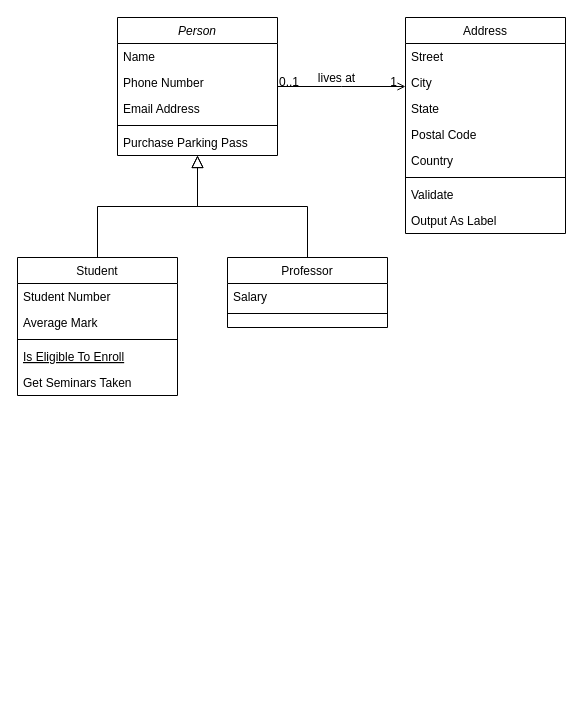
Rafiahmad567/tepa keeps this draw.io diagram as Untitled Diagram.drawio. Above is the earlier version. Source tidied: cells renumbered, new cells numbered last; positions are measured from the earlier drawing's top-left corner, leaving out a move shared by most shapes. Both pictures are drawn from the tidied source at 100%, with x=0, y=0 at pixel (17, 17).
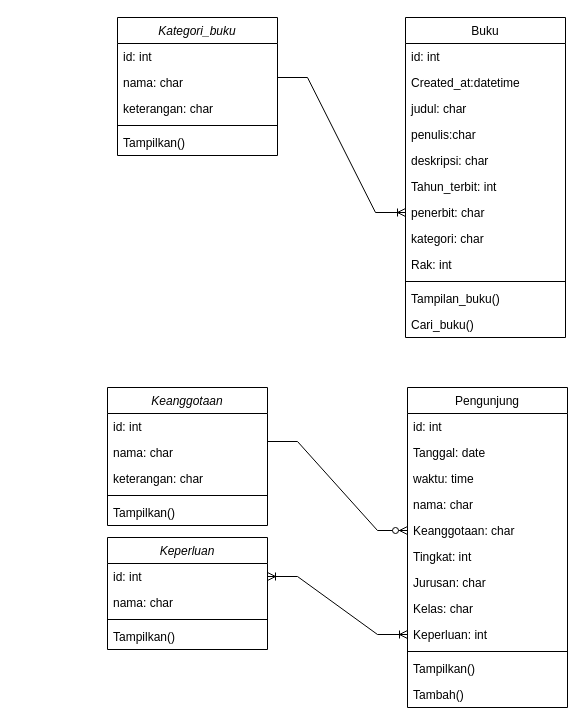
The same page after the edit.

Change to the diagram source:
```diff
@@
-    <mxCell id="2" value="Person" style="swimlane;fontStyle=2;align=center;verticalAlign=top;horizontal=1;startSize=26;rounded=0;shadow=0;strokeWidth=1;" parent="1" vertex="1">
+    <mxCell id="2" value="Kategori_buku" style="swimlane;fontStyle=2;align=center;verticalAlign=top;horizontal=1;startSize=26;rounded=0;shadow=0;strokeWidth=1;" parent="1" vertex="1">
       <mxGeometry x="100" width="160" height="138" as="geometry" />
     </mxCell>
-    <mxCell id="3" value="Name" style="text;align=left;verticalAlign=top;spacingLeft=4;spacingRight=4;overflow=hidden;" parent="2" vertex="1">
+    <mxCell id="3" value="id: int" style="text;align=left;verticalAlign=top;spacingLeft=4;spacingRight=4;overflow=hidden;" parent="2" vertex="1">
       <mxGeometry y="26" width="160" height="26" as="geometry" />
     </mxCell>
-    <mxCell id="4" value="Phone Number" style="text;align=left;verticalAlign=top;spacingLeft=4;spacingRight=4;overflow=hidden;rounded=0;shadow=0;html=0;" parent="2" vertex="1">
+    <mxCell id="4" value="nama: char" style="text;align=left;verticalAlign=top;spacingLeft=4;spacingRight=4;overflow=hidden;rounded=0;shadow=0;html=0;" parent="2" vertex="1">
       <mxGeometry y="52" width="160" height="26" as="geometry" />
     </mxCell>
-    <mxCell id="5" value="Email Address" style="text;align=left;verticalAlign=top;spacingLeft=4;spacingRight=4;overflow=hidden;rounded=0;shadow=0;html=0;" parent="2" vertex="1">
+    <mxCell id="5" value="keterangan: char" style="text;align=left;verticalAlign=top;spacingLeft=4;spacingRight=4;overflow=hidden;rounded=0;shadow=0;html=0;" parent="2" vertex="1">
       <mxGeometry y="78" width="160" height="26" as="geometry" />
     </mxCell>
@@
-    <mxCell id="7" value="Purchase Parking Pass" style="text;align=left;verticalAlign=top;spacingLeft=4;spacingRight=4;overflow=hidden;" parent="2" vertex="1">
+    <mxCell id="7" value="Tampilkan()" style="text;align=left;verticalAlign=top;spacingLeft=4;spacingRight=4;overflow=hidden;" parent="2" vertex="1">
       <mxGeometry y="112" width="160" height="26" as="geometry" />
     </mxCell>
-    <mxCell id="8" value="Student" style="swimlane;fontStyle=0;align=center;verticalAlign=top;horizontal=1;startSize=26;rounded=0;shadow=0;strokeWidth=1;" parent="1" vertex="1">
-      <mxGeometry y="240" width="160" height="138" as="geometry" />
-    </mxCell>
-    <mxCell id="9" value="Student Number" style="text;align=left;verticalAlign=top;spacingLeft=4;spacingRight=4;overflow=hidden;" parent="8" vertex="1">
-      <mxGeometry y="26" width="160" height="26" as="geometry" />
-    </mxCell>
-    <mxCell id="10" value="Average Mark" style="text;align=left;verticalAlign=top;spacingLeft=4;spacingRight=4;overflow=hidden;rounded=0;shadow=0;html=0;" parent="8" vertex="1">
-      <mxGeometry y="52" width="160" height="26" as="geometry" />
-    </mxCell>
-    <mxCell id="11" style="line;html=1;strokeWidth=1;align=left;verticalAlign=middle;spacingTop=-1;spacingLeft=3;spacingRight=3;labelPosition=right;" parent="8" vertex="1">
-      <mxGeometry y="78" width="160" height="8" as="geometry" />
-    </mxCell>
-    <mxCell id="12" value="Is Eligible To Enroll" style="text;align=left;verticalAlign=top;spacingLeft=4;spacingRight=4;overflow=hidden;fontStyle=4;" parent="8" vertex="1">
-      <mxGeometry y="86" width="160" height="26" as="geometry" />
-    </mxCell>
-    <mxCell id="13" value="Get Seminars Taken" style="text;align=left;verticalAlign=top;spacingLeft=4;spacingRight=4;overflow=hidden;" parent="8" vertex="1">
-      <mxGeometry y="112" width="160" height="26" as="geometry" />
-    </mxCell>
-    <mxCell id="14" style="endArrow=block;endSize=10;endFill=0;shadow=0;strokeWidth=1;rounded=0;edgeStyle=elbowEdgeStyle;elbow=vertical;" parent="1" edge="1" source="8" target="2">
-      <mxGeometry relative="1" as="geometry" />
-    </mxCell>
-    <mxCell id="15" value="Professor" style="swimlane;fontStyle=0;align=center;verticalAlign=top;horizontal=1;startSize=26;rounded=0;shadow=0;strokeWidth=1;" parent="1" vertex="1">
-      <mxGeometry x="210" y="240" width="160" height="70" as="geometry" />
-    </mxCell>
-    <mxCell id="16" value="Salary" style="text;align=left;verticalAlign=top;spacingLeft=4;spacingRight=4;overflow=hidden;" parent="15" vertex="1">
-      <mxGeometry y="26" width="160" height="26" as="geometry" />
-    </mxCell>
-    <mxCell id="17" style="line;html=1;strokeWidth=1;align=left;verticalAlign=middle;spacingTop=-1;spacingLeft=3;spacingRight=3;labelPosition=right;" parent="15" vertex="1">
-      <mxGeometry y="52" width="160" height="8" as="geometry" />
-    </mxCell>
-    <mxCell id="18" style="endArrow=block;endSize=10;endFill=0;shadow=0;strokeWidth=1;rounded=0;edgeStyle=elbowEdgeStyle;elbow=vertical;" parent="1" edge="1" source="15" target="2">
-      <mxGeometry relative="1" as="geometry" />
-    </mxCell>
-    <mxCell id="19" value="Address" style="swimlane;fontStyle=0;align=center;verticalAlign=top;horizontal=1;startSize=26;rounded=0;shadow=0;strokeWidth=1;" parent="1" vertex="1">
-      <mxGeometry x="388" width="160" height="216" as="geometry" />
+    <mxCell id="19" value="Buku" style="swimlane;fontStyle=0;align=center;verticalAlign=top;horizontal=1;startSize=26;rounded=0;shadow=0;strokeWidth=1;" parent="1" vertex="1">
+      <mxGeometry x="388" width="160" height="320" as="geometry" />
     </mxCell>
-    <mxCell id="20" value="Street" style="text;align=left;verticalAlign=top;spacingLeft=4;spacingRight=4;overflow=hidden;" parent="19" vertex="1">
+    <mxCell id="20" value="id: int" style="text;align=left;verticalAlign=top;spacingLeft=4;spacingRight=4;overflow=hidden;" parent="19" vertex="1">
       <mxGeometry y="26" width="160" height="26" as="geometry" />
     </mxCell>
-    <mxCell id="21" value="City" style="text;align=left;verticalAlign=top;spacingLeft=4;spacingRight=4;overflow=hidden;rounded=0;shadow=0;html=0;" parent="19" vertex="1">
+    <mxCell id="21" value="Created_at:datetime" style="text;align=left;verticalAlign=top;spacingLeft=4;spacingRight=4;overflow=hidden;rounded=0;shadow=0;html=0;" parent="19" vertex="1">
       <mxGeometry y="52" width="160" height="26" as="geometry" />
     </mxCell>
-    <mxCell id="22" value="State" style="text;align=left;verticalAlign=top;spacingLeft=4;spacingRight=4;overflow=hidden;rounded=0;shadow=0;html=0;" parent="19" vertex="1">
+    <mxCell id="22" value="judul: char" style="text;align=left;verticalAlign=top;spacingLeft=4;spacingRight=4;overflow=hidden;rounded=0;shadow=0;html=0;" parent="19" vertex="1">
       <mxGeometry y="78" width="160" height="26" as="geometry" />
     </mxCell>
-    <mxCell id="23" value="Postal Code" style="text;align=left;verticalAlign=top;spacingLeft=4;spacingRight=4;overflow=hidden;rounded=0;shadow=0;html=0;" parent="19" vertex="1">
+    <mxCell id="23" value="penulis:char" style="text;align=left;verticalAlign=top;spacingLeft=4;spacingRight=4;overflow=hidden;rounded=0;shadow=0;html=0;" parent="19" vertex="1">
       <mxGeometry y="104" width="160" height="26" as="geometry" />
     </mxCell>
-    <mxCell id="24" value="Country" style="text;align=left;verticalAlign=top;spacingLeft=4;spacingRight=4;overflow=hidden;rounded=0;shadow=0;html=0;" parent="19" vertex="1">
+    <mxCell id="24" value="deskripsi: char" style="text;align=left;verticalAlign=top;spacingLeft=4;spacingRight=4;overflow=hidden;rounded=0;shadow=0;html=0;" parent="19" vertex="1">
       <mxGeometry y="130" width="160" height="26" as="geometry" />
     </mxCell>
+    <mxCell id="32" value="Tahun_terbit: int" style="text;align=left;verticalAlign=top;spacingLeft=4;spacingRight=4;overflow=hidden;rounded=0;shadow=0;html=0;" parent="19" vertex="1">
+      <mxGeometry y="156" width="160" height="26" as="geometry" />
+    </mxCell>
+    <mxCell id="33" value="penerbit: char" style="text;align=left;verticalAlign=top;spacingLeft=4;spacingRight=4;overflow=hidden;points=[[0,0.5],[1,0.5]];portConstraint=eastwest;rounded=0;shadow=0;html=0;" parent="19" vertex="1">
+      <mxGeometry y="182" width="160" height="26" as="geometry" />
+    </mxCell>
+    <mxCell id="34" value="kategori: char" style="text;align=left;verticalAlign=top;spacingLeft=4;spacingRight=4;overflow=hidden;rounded=0;shadow=0;html=0;" parent="19" vertex="1">
+      <mxGeometry y="208" width="160" height="26" as="geometry" />
+    </mxCell>
+    <mxCell id="35" value="Rak: int" style="text;align=left;verticalAlign=top;spacingLeft=4;spacingRight=4;overflow=hidden;rounded=0;shadow=0;html=0;" parent="19" vertex="1">
+      <mxGeometry y="234" width="160" height="26" as="geometry" />
+    </mxCell>
     <mxCell id="25" style="line;html=1;strokeWidth=1;align=left;verticalAlign=middle;spacingTop=-1;spacingLeft=3;spacingRight=3;labelPosition=right;" parent="19" vertex="1">
-      <mxGeometry y="156" width="160" height="8" as="geometry" />
+      <mxGeometry y="260" width="160" height="8" as="geometry" />
     </mxCell>
-    <mxCell id="26" value="Validate" style="text;align=left;verticalAlign=top;spacingLeft=4;spacingRight=4;overflow=hidden;" parent="19" vertex="1">
-      <mxGeometry y="164" width="160" height="26" as="geometry" />
+    <mxCell id="26" value="Tampilan_buku()" style="text;align=left;verticalAlign=top;spacingLeft=4;spacingRight=4;overflow=hidden;" parent="19" vertex="1">
+      <mxGeometry y="268" width="160" height="26" as="geometry" />
     </mxCell>
-    <mxCell id="27" value="Output As Label" style="text;align=left;verticalAlign=top;spacingLeft=4;spacingRight=4;overflow=hidden;" parent="19" vertex="1">
-      <mxGeometry y="190" width="160" height="26" as="geometry" />
+    <mxCell id="27" value="Cari_buku()" style="text;align=left;verticalAlign=top;spacingLeft=4;spacingRight=4;overflow=hidden;" parent="19" vertex="1">
+      <mxGeometry y="294" width="160" height="26" as="geometry" />
     </mxCell>
-    <mxCell id="28" style="endArrow=open;shadow=0;strokeWidth=1;rounded=0;endFill=1;edgeStyle=elbowEdgeStyle;elbow=vertical;" parent="1" edge="1" source="2" target="19">
-      <mxGeometry x="0.5" y="41" relative="1" as="geometry">
-        <mxPoint x="-40" y="32" as="offset" />
-      </mxGeometry>
-    </mxCell>
-    <mxCell id="29" value="0..1" style="align=left;verticalAlign=bottom;labelBackgroundColor=none;fontSize=12;" parent="28" vertex="1">
-      <mxGeometry x="-1" relative="1" as="geometry">
-        <mxPoint y="4" as="offset" />
-      </mxGeometry>
-    </mxCell>
-    <mxCell id="30" value="1" style="align=right;verticalAlign=bottom;labelBackgroundColor=none;fontSize=12;" parent="28" vertex="1">
-      <mxGeometry x="1" relative="1" as="geometry">
-        <mxPoint x="-7" y="4" as="offset" />
-      </mxGeometry>
-    </mxCell>
-    <mxCell id="31" value="lives at" style="text;html=1;align=center;verticalAlign=middle;labelBackgroundColor=none;rounded=0;shadow=0;strokeWidth=1;fontSize=12;" parent="28" vertex="1">
-      <mxGeometry x="0.5" y="49" relative="1" as="geometry">
-        <mxPoint x="-38" y="40" as="offset" />
-      </mxGeometry>
-    </mxCell>
+    <mxCell id="36" value="Keanggotaan" style="swimlane;fontStyle=2;align=center;verticalAlign=top;horizontal=1;startSize=26;rounded=0;shadow=0;strokeWidth=1;" parent="1" vertex="1">
+      <mxGeometry x="90" y="370" width="160" height="138" as="geometry" />
+    </mxCell>
+    <mxCell id="37" value="id: int" style="text;align=left;verticalAlign=top;spacingLeft=4;spacingRight=4;overflow=hidden;points=[[0,0.5],[1,0.5]];portConstraint=eastwest;" parent="36" vertex="1">
+      <mxGeometry y="26" width="160" height="26" as="geometry" />
+    </mxCell>
+    <mxCell id="38" value="nama: char" style="text;align=left;verticalAlign=top;spacingLeft=4;spacingRight=4;overflow=hidden;rounded=0;shadow=0;html=0;" parent="36" vertex="1">
+      <mxGeometry y="52" width="160" height="26" as="geometry" />
+    </mxCell>
+    <mxCell id="39" value="keterangan: char" style="text;align=left;verticalAlign=top;spacingLeft=4;spacingRight=4;overflow=hidden;rounded=0;shadow=0;html=0;" parent="36" vertex="1">
+      <mxGeometry y="78" width="160" height="26" as="geometry" />
+    </mxCell>
+    <mxCell id="40" style="line;html=1;strokeWidth=1;align=left;verticalAlign=middle;spacingTop=-1;spacingLeft=3;spacingRight=3;labelPosition=right;" parent="36" vertex="1">
+      <mxGeometry y="104" width="160" height="8" as="geometry" />
+    </mxCell>
+    <mxCell id="41" value="Tampilkan()" style="text;align=left;verticalAlign=top;spacingLeft=4;spacingRight=4;overflow=hidden;" parent="36" vertex="1">
+      <mxGeometry y="112" width="160" height="26" as="geometry" />
+    </mxCell>
+    <mxCell id="42" value="Pengunjung" style="swimlane;fontStyle=0;align=center;verticalAlign=top;horizontal=1;startSize=26;rounded=0;shadow=0;strokeWidth=1;" parent="1" vertex="1">
+      <mxGeometry x="390" y="370" width="160" height="320" as="geometry" />
+    </mxCell>
+    <mxCell id="43" value="id: int" style="text;align=left;verticalAlign=top;spacingLeft=4;spacingRight=4;overflow=hidden;" parent="42" vertex="1">
+      <mxGeometry y="26" width="160" height="26" as="geometry" />
+    </mxCell>
+    <mxCell id="44" value="Tanggal: date" style="text;align=left;verticalAlign=top;spacingLeft=4;spacingRight=4;overflow=hidden;rounded=0;shadow=0;html=0;" parent="42" vertex="1">
+      <mxGeometry y="52" width="160" height="26" as="geometry" />
+    </mxCell>
+    <mxCell id="45" value="waktu: time" style="text;align=left;verticalAlign=top;spacingLeft=4;spacingRight=4;overflow=hidden;rounded=0;shadow=0;html=0;" parent="42" vertex="1">
+      <mxGeometry y="78" width="160" height="26" as="geometry" />
+    </mxCell>
+    <mxCell id="46" value="nama: char" style="text;align=left;verticalAlign=top;spacingLeft=4;spacingRight=4;overflow=hidden;rounded=0;shadow=0;html=0;" parent="42" vertex="1">
+      <mxGeometry y="104" width="160" height="26" as="geometry" />
+    </mxCell>
+    <mxCell id="47" value="Keanggotaan: char" style="text;align=left;verticalAlign=top;spacingLeft=4;spacingRight=4;overflow=hidden;points=[[0,0.5],[1,0.5]];portConstraint=eastwest;rounded=0;shadow=0;html=0;" parent="42" vertex="1">
+      <mxGeometry y="130" width="160" height="26" as="geometry" />
+    </mxCell>
+    <mxCell id="48" value="Tingkat: int" style="text;align=left;verticalAlign=top;spacingLeft=4;spacingRight=4;overflow=hidden;rounded=0;shadow=0;html=0;" parent="42" vertex="1">
+      <mxGeometry y="156" width="160" height="26" as="geometry" />
+    </mxCell>
+    <mxCell id="49" value="Jurusan: char" style="text;align=left;verticalAlign=top;spacingLeft=4;spacingRight=4;overflow=hidden;rounded=0;shadow=0;html=0;" parent="42" vertex="1">
+      <mxGeometry y="182" width="160" height="26" as="geometry" />
+    </mxCell>
+    <mxCell id="50" value="Kelas: char" style="text;align=left;verticalAlign=top;spacingLeft=4;spacingRight=4;overflow=hidden;rounded=0;shadow=0;html=0;" parent="42" vertex="1">
+      <mxGeometry y="208" width="160" height="26" as="geometry" />
+    </mxCell>
+    <mxCell id="51" value="Keperluan: int" style="text;align=left;verticalAlign=top;spacingLeft=4;spacingRight=4;overflow=hidden;points=[[0,0.5],[1,0.5]];portConstraint=eastwest;rounded=0;shadow=0;html=0;" parent="42" vertex="1">
+      <mxGeometry y="234" width="160" height="26" as="geometry" />
+    </mxCell>
+    <mxCell id="52" style="line;html=1;strokeWidth=1;align=left;verticalAlign=middle;spacingTop=-1;spacingLeft=3;spacingRight=3;labelPosition=right;" parent="42" vertex="1">
+      <mxGeometry y="260" width="160" height="8" as="geometry" />
+    </mxCell>
+    <mxCell id="53" value="Tampilkan()" style="text;align=left;verticalAlign=top;spacingLeft=4;spacingRight=4;overflow=hidden;" parent="42" vertex="1">
+      <mxGeometry y="268" width="160" height="26" as="geometry" />
+    </mxCell>
+    <mxCell id="54" value="Tambah()" style="text;align=left;verticalAlign=top;spacingLeft=4;spacingRight=4;overflow=hidden;" parent="42" vertex="1">
+      <mxGeometry y="294" width="160" height="26" as="geometry" />
+    </mxCell>
+    <mxCell id="55" style="edgeStyle=entityRelationEdgeStyle;fontSize=12;html=1;endArrow=ERoneToMany;rounded=0;entryX=0;entryY=0.5;entryDx=0;entryDy=0;" parent="1" edge="1" target="33">
+      <mxGeometry relative="1" as="geometry">
+        <mxPoint x="260" y="60" as="sourcePoint" />
+      </mxGeometry>
+    </mxCell>
+    <mxCell id="56" value="Keperluan" style="swimlane;fontStyle=2;align=center;verticalAlign=top;horizontal=1;startSize=26;rounded=0;shadow=0;strokeWidth=1;" parent="1" vertex="1">
+      <mxGeometry x="90" y="520" width="160" height="112" as="geometry" />
+    </mxCell>
+    <mxCell id="57" value="id: int" style="text;align=left;verticalAlign=top;spacingLeft=4;spacingRight=4;overflow=hidden;points=[[0,0.5],[1,0.5]];portConstraint=eastwest;" parent="56" vertex="1">
+      <mxGeometry y="26" width="160" height="26" as="geometry" />
+    </mxCell>
+    <mxCell id="58" value="nama: char" style="text;align=left;verticalAlign=top;spacingLeft=4;spacingRight=4;overflow=hidden;rounded=0;shadow=0;html=0;" parent="56" vertex="1">
+      <mxGeometry y="52" width="160" height="26" as="geometry" />
+    </mxCell>
+    <mxCell id="11" style="line;html=1;strokeWidth=1;align=left;verticalAlign=middle;spacingTop=-1;spacingLeft=3;spacingRight=3;labelPosition=right;" parent="56" vertex="1">
+      <mxGeometry y="78" width="160" height="8" as="geometry" />
+    </mxCell>
+    <mxCell id="59" value="Tampilkan()" style="text;align=left;verticalAlign=top;spacingLeft=4;spacingRight=4;overflow=hidden;" parent="56" vertex="1">
+      <mxGeometry y="86" width="160" height="26" as="geometry" />
+    </mxCell>
+    <mxCell id="60" style="edgeStyle=entityRelationEdgeStyle;fontSize=12;html=1;endArrow=ERzeroToMany;endFill=1;rounded=0;exitX=1;exitY=1.077;exitDx=0;exitDy=0;exitPerimeter=0;entryX=0;entryY=0.5;entryDx=0;entryDy=0;" parent="1" edge="1" source="37" target="47">
+      <mxGeometry relative="1" as="geometry" />
+    </mxCell>
+    <mxCell id="61" style="edgeStyle=entityRelationEdgeStyle;fontSize=12;html=1;endArrow=ERoneToMany;startArrow=ERoneToMany;rounded=0;entryX=0;entryY=0.5;entryDx=0;entryDy=0;exitX=1;exitY=0.5;exitDx=0;exitDy=0;" parent="1" edge="1" source="57" target="51">
+      <mxGeometry relative="1" as="geometry">
+        <Array as="points">
+          <mxPoint x="270" y="570" />
+          <mxPoint x="270" y="600" />
+          <mxPoint x="320" y="590" />
+          <mxPoint x="370" y="640" />
+          <mxPoint x="320" y="590" />
+        </Array>
+      </mxGeometry>
+    </mxCell>
```
